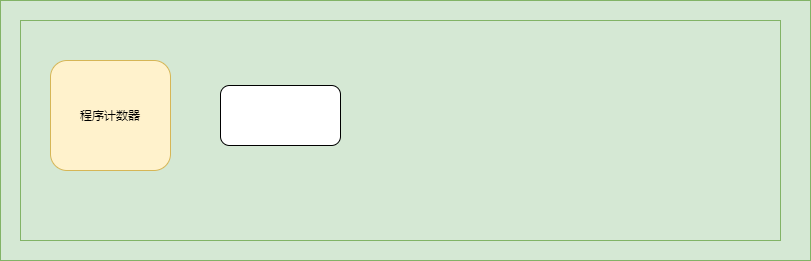
Above: Untitled Diagram.png in wangruiling/MarkdownPhotos (draw.io), before the change. Source tidied: cells renumbered, new cells last; positions are measured from the earlier drawing's top-left corner, leaving out a move shared by most shapes.
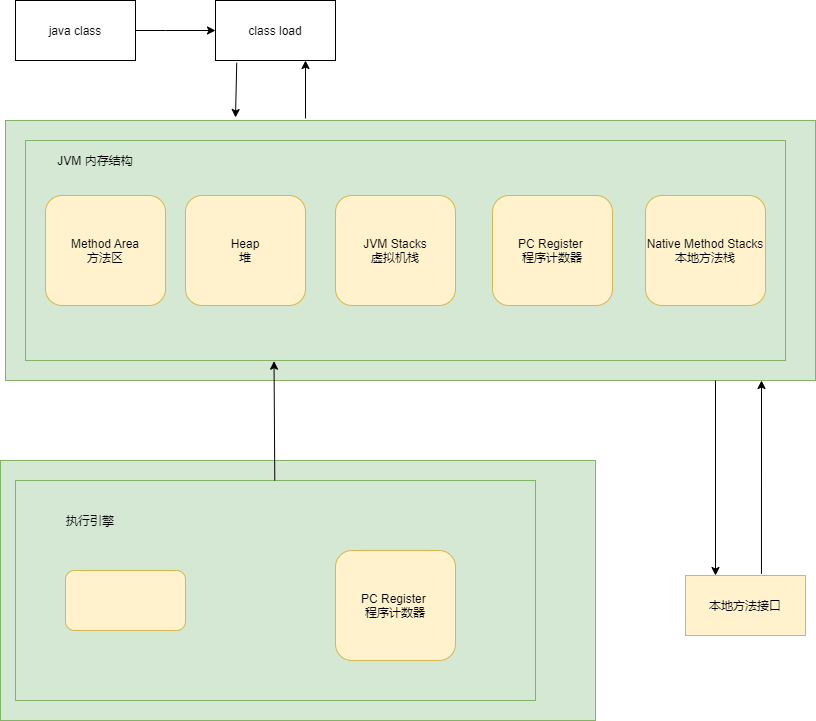
After the change.

Change to the diagram source:
```diff
@@ -8,11 +8,78 @@
     <mxCell id="3" style="rounded=0;whiteSpace=wrap;html=1;fillColor=#d5e8d4;strokeColor=#82b366;" parent="1" vertex="1">
       <mxGeometry x="20" y="20" width="760" height="220" as="geometry" />
     </mxCell>
-    <mxCell id="4" value="程序计数器" style="rounded=1;whiteSpace=wrap;html=1;fillColor=#fff2cc;strokeColor=#d6b656;" parent="1" vertex="1">
-      <mxGeometry x="50" y="60" width="120" height="110" as="geometry" />
+    <mxCell id="4" value="PC&amp;nbsp;Register&amp;nbsp;&lt;br&gt;程序计数器" style="rounded=1;whiteSpace=wrap;html=1;fillColor=#fff2cc;strokeColor=#d6b656;" parent="1" vertex="1">
+      <mxGeometry x="487" y="75" width="120" height="110" as="geometry" />
     </mxCell>
-    <mxCell id="5" style="rounded=1;whiteSpace=wrap;html=1;" parent="1" vertex="1">
-      <mxGeometry x="220" y="85" width="120" height="60" as="geometry" />
-    </mxCell>
+    <mxCell id="6" style="edgeStyle=orthogonalEdgeStyle;rounded=0;jettySize=auto;html=1;" parent="1" edge="1" source="7" target="8">
+      <mxGeometry relative="1" as="geometry">
+        <Array as="points">
+          <mxPoint x="160" y="-90" />
+          <mxPoint x="160" y="-90" />
+        </Array>
+      </mxGeometry>
+    </mxCell>
+    <mxCell id="7" value="java&amp;nbsp;class" style="rounded=0;whiteSpace=wrap;html=1;" parent="1" vertex="1">
+      <mxGeometry x="10" y="-120" width="120" height="60" as="geometry" />
+    </mxCell>
+    <mxCell id="8" value="class&amp;nbsp;load" style="rounded=0;whiteSpace=wrap;html=1;" parent="1" vertex="1">
+      <mxGeometry x="210" y="-120" width="120" height="60" as="geometry" />
+    </mxCell>
+    <mxCell id="9" style="endArrow=classic;html=1;exitX=0.177;exitY=1.037;exitDx=0;exitDy=0;exitPerimeter=0;" parent="1" edge="1" source="8">
+      <mxGeometry relative="1" as="geometry">
+        <mxPoint x="230" y="-3" as="targetPoint" />
+      </mxGeometry>
+    </mxCell>
+    <mxCell id="10" style="endArrow=classic;html=1;entryX=0.75;entryY=1;entryDx=0;entryDy=0;" parent="1" edge="1" target="8">
+      <mxGeometry relative="1" as="geometry">
+        <mxPoint x="300" y="-2" as="sourcePoint" />
+      </mxGeometry>
+    </mxCell>
+    <mxCell id="11" value="JVM&amp;nbsp;内存结构" style="text;html=1;strokeColor=none;fillColor=none;align=center;verticalAlign=middle;whiteSpace=wrap;rounded=0;" parent="1" vertex="1">
+      <mxGeometry x="50" y="20" width="80" height="40" as="geometry" />
+    </mxCell>
+    <mxCell id="12" style="rounded=0;whiteSpace=wrap;html=1;fillColor=#d5e8d4;strokeColor=#82b366;" parent="1" vertex="1">
+      <mxGeometry x="-5" y="340" width="595" height="260" as="geometry" />
+    </mxCell>
+    <mxCell id="13" style="rounded=0;whiteSpace=wrap;html=1;fillColor=#d5e8d4;strokeColor=#82b366;" parent="1" vertex="1">
+      <mxGeometry x="10" y="360" width="520" height="220" as="geometry" />
+    </mxCell>
+    <mxCell id="14" value="PC&amp;nbsp;Register&amp;nbsp;&lt;br&gt;程序计数器" style="rounded=1;whiteSpace=wrap;html=1;fillColor=#fff2cc;strokeColor=#d6b656;" parent="1" vertex="1">
+      <mxGeometry x="330" y="430" width="120" height="110" as="geometry" />
+    </mxCell>
+    <mxCell id="15" style="rounded=1;whiteSpace=wrap;html=1;fillColor=#fff2cc;strokeColor=#d6b656;" parent="1" vertex="1">
+      <mxGeometry x="60" y="450" width="120" height="60" as="geometry" />
+    </mxCell>
+    <mxCell id="16" value="执行引擎" style="text;html=1;strokeColor=none;fillColor=none;align=center;verticalAlign=middle;whiteSpace=wrap;rounded=0;" parent="1" vertex="1">
+      <mxGeometry x="60" y="390" width="50" height="20" as="geometry" />
+    </mxCell>
+    <mxCell id="17" value="本地方法接口" style="rounded=0;whiteSpace=wrap;html=1;fillColor=#fff2cc;strokeColor=#d6b656;" parent="1" vertex="1">
+      <mxGeometry x="680" y="455" width="120" height="60" as="geometry" />
+    </mxCell>
+    <mxCell id="18" style="endArrow=classic;html=1;entryX=0.25;entryY=0;entryDx=0;entryDy=0;" parent="1" edge="1" target="17">
+      <mxGeometry relative="1" as="geometry">
+        <mxPoint x="710" y="260" as="sourcePoint" />
+      </mxGeometry>
+    </mxCell>
+    <mxCell id="19" style="endArrow=classic;html=1;exitX=0.633;exitY=-0.027;exitDx=0;exitDy=0;exitPerimeter=0;" parent="1" edge="1" source="17">
+      <mxGeometry relative="1" as="geometry">
+        <mxPoint x="756" y="260" as="targetPoint" />
+      </mxGeometry>
+    </mxCell>
+    <mxCell id="20" value="Native&amp;nbsp;Method&amp;nbsp;Stacks&lt;br&gt;本地方法栈" style="rounded=1;whiteSpace=wrap;html=1;fillColor=#fff2cc;strokeColor=#d6b656;" parent="1" vertex="1">
+      <mxGeometry x="640" y="75" width="120" height="110" as="geometry" />
+    </mxCell>
+    <mxCell id="21" value="JVM Stacks&lt;br&gt;虚拟机栈" style="rounded=1;whiteSpace=wrap;html=1;fillColor=#fff2cc;strokeColor=#d6b656;" parent="1" vertex="1">
+      <mxGeometry x="330" y="75" width="120" height="110" as="geometry" />
+    </mxCell>
+    <mxCell id="22" value="Heap&lt;br&gt;堆" style="rounded=1;whiteSpace=wrap;html=1;fillColor=#fff2cc;strokeColor=#d6b656;" parent="1" vertex="1">
+      <mxGeometry x="180" y="75" width="120" height="110" as="geometry" />
+    </mxCell>
+    <mxCell id="23" value="Method&amp;nbsp;Area&lt;br&gt;方法区" style="rounded=1;whiteSpace=wrap;html=1;fillColor=#fff2cc;strokeColor=#d6b656;" parent="1" vertex="1">
+      <mxGeometry x="40" y="75" width="120" height="110" as="geometry" />
+    </mxCell>
+    <mxCell id="24" style="endArrow=classic;html=1;entryX=0.327;entryY=1.003;entryDx=0;entryDy=0;entryPerimeter=0;" parent="1" edge="1" source="13" target="3">
+      <mxGeometry relative="1" as="geometry" />
+    </mxCell>
   </root>
 </mxGraphModel>
```
